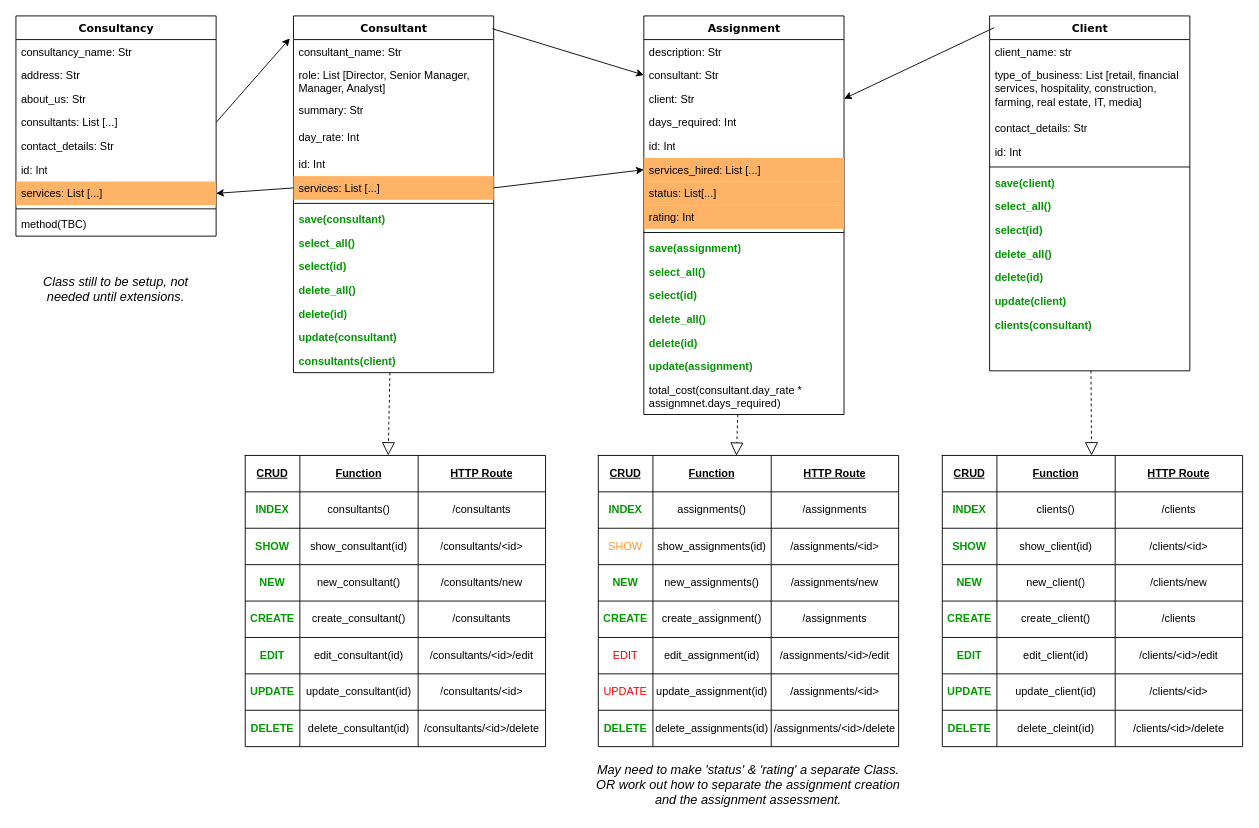
Above: planning/Class Diagrams.drawio in michaelmccoll/Project_Secure_Design (draw.io), before the change. Source tidied: cells renumbered, new cells numbered last; positions are measured from the earlier drawing's top-left corner, leaving out a move shared by most shapes. Both pictures are drawn from the tidied source at 91%, with x=0, y=0 at pixel (15, 15).
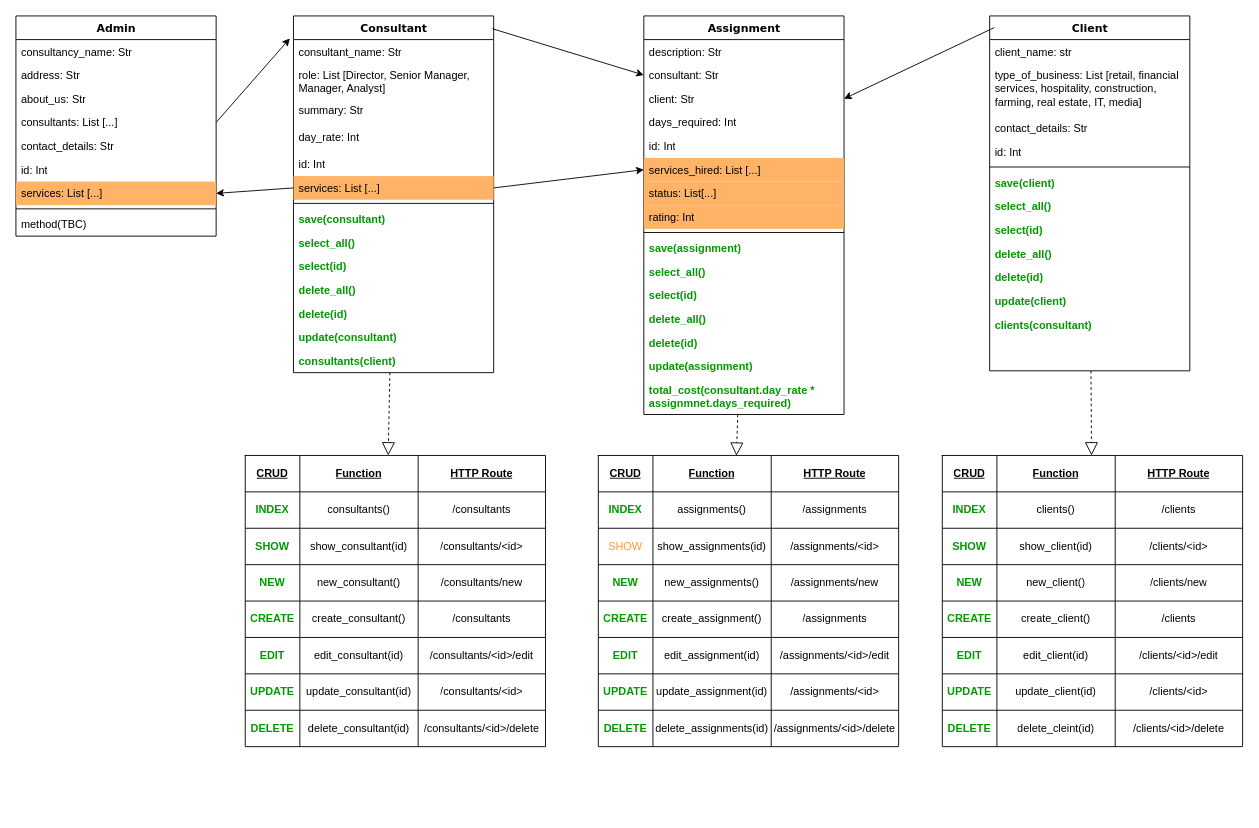
The same diagram, later.

Unchanged cells that the change refers to:
```xml
<mxCell id="111" value="Assignment" style="swimlane;html=1;fontStyle=1;align=center;verticalAlign=top;horizontal=1;startSize=26;swimlaneFillColor=#ffffff;rounded=0;shadow=0;comic=0;labelBackgroundColor=none;strokeWidth=1;fillColor=none;fontFamily=Verdana;fontSize=12;" parent="1" vertex="1">
  <mxGeometry x="690" width="220" height="438" as="geometry" />
</mxCell>
<mxCell id="153" style="shape=partialRectangle;html=1;whiteSpace=wrap;fillColor=none;top=0;left=0;bottom=0;right=0;" parent="132" vertex="1">
  <mxGeometry y="200" width="330" height="40" as="geometry" />
</mxCell>
<mxCell id="157" style="shape=partialRectangle;html=1;whiteSpace=wrap;fillColor=none;top=0;left=0;bottom=0;right=0;" parent="132" vertex="1">
  <mxGeometry y="240" width="330" height="40" as="geometry" />
</mxCell>
```

The edit, as a diff of the source:
```diff
@@
-    <mxCell id="15" value="Consultancy" style="swimlane;html=1;fontStyle=1;align=center;verticalAlign=top;horizontal=1;startSize=26;swimlaneFillColor=#ffffff;rounded=0;shadow=0;comic=0;labelBackgroundColor=none;strokeWidth=1;fillColor=none;fontFamily=Verdana;fontSize=12;" parent="1" vertex="1">
+    <mxCell id="15" value="Admin" style="swimlane;html=1;fontStyle=1;align=center;verticalAlign=top;horizontal=1;startSize=26;swimlaneFillColor=#ffffff;rounded=0;shadow=0;comic=0;labelBackgroundColor=none;strokeWidth=1;fillColor=none;fontFamily=Verdana;fontSize=12;" parent="1" vertex="1">
       <mxGeometry width="220" height="242" as="geometry" />
     </mxCell>
@@
-    <mxCell id="127" value="total_cost(consultant.day_rate * assignmnet.days_required)" style="text;html=1;strokeColor=none;fillColor=none;align=left;verticalAlign=top;spacingLeft=4;spacingRight=4;whiteSpace=wrap;overflow=hidden;" parent="111" vertex="1">
+    <mxCell id="127" value="total_cost(consultant.day_rate * assignmnet.days_required)" style="text;html=1;strokeColor=none;fillColor=none;align=left;verticalAlign=top;spacingLeft=4;spacingRight=4;whiteSpace=wrap;overflow=hidden;fontStyle=1;fontColor=#009900;" parent="111" vertex="1">
       <mxGeometry y="398" width="220" height="40" as="geometry" />
     </mxCell>
@@
-    <mxCell id="130" value="May need to make 'status' &amp;amp; 'rating' a separate Class. OR work out how to separate the assignment creation and the assignment assessment." style="text;html=1;strokeColor=none;fillColor=none;align=center;verticalAlign=middle;whiteSpace=wrap;rounded=0;fontSize=14;fontStyle=2;" parent="1" vertex="1">
-      <mxGeometry x="630" y="815" width="350" height="60" as="geometry" />
-    </mxCell>
-    <mxCell id="131" value="Class still to be setup, not needed until extensions." style="text;html=1;strokeColor=none;fillColor=none;align=center;verticalAlign=middle;whiteSpace=wrap;rounded=0;fontSize=14;fontStyle=2;" parent="1" vertex="1">
-      <mxGeometry x="10" y="255" width="200" height="90" as="geometry" />
-    </mxCell>
@@
-    <mxCell id="154" value="EDIT" style="shape=partialRectangle;html=1;whiteSpace=wrap;overflow=hidden;fillColor=none;top=0;left=0;bottom=0;right=0;fontColor=#FF0000;" parent="153" vertex="1">
+    <mxCell id="154" value="EDIT" style="shape=partialRectangle;html=1;whiteSpace=wrap;overflow=hidden;fillColor=none;top=0;left=0;bottom=0;right=0;fontStyle=1;fontColor=#009900;" parent="153" vertex="1">
       <mxGeometry width="60" height="40" as="geometry" />
     </mxCell>
@@
-    <mxCell id="158" value="UPDATE" style="shape=partialRectangle;html=1;whiteSpace=wrap;overflow=hidden;fillColor=none;top=0;left=0;bottom=0;right=0;fontColor=#FF0000;" parent="157" vertex="1">
+    <mxCell id="158" value="UPDATE" style="shape=partialRectangle;html=1;whiteSpace=wrap;overflow=hidden;fillColor=none;top=0;left=0;bottom=0;right=0;fontStyle=1;fontColor=#009900;" parent="157" vertex="1">
       <mxGeometry width="60" height="40" as="geometry" />
     </mxCell>
```
